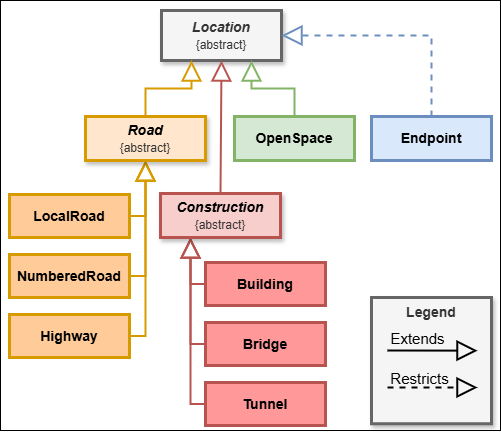
Earlier version of the draw.io export images/Inheritance-Example-Vert.drawio.png (oasis-tcs/openc2-jadn-im). Source tidied: cells renumbered, new cells last; positions are measured from the earlier drawing's top-left corner, leaving out a move shared by most shapes.
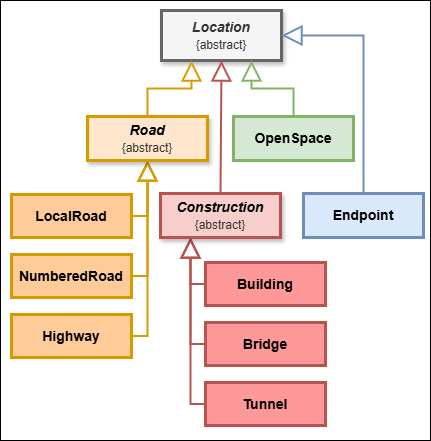
The same diagram one commit later.

Commit message:
refine inheritance diagram

What changed in the source:
```diff
@@ -3,12 +3,9 @@
     <mxCell id="0" />
     <mxCell id="1" value="Background" parent="0" />
     <mxCell id="2" style="rounded=0;whiteSpace=wrap;html=1;" parent="1" vertex="1">
-      <mxGeometry width="500" height="430" as="geometry" />
+      <mxGeometry width="430" height="440" as="geometry" />
     </mxCell>
     <mxCell id="3" value="Inheritance Tree" parent="0" />
-    <mxCell id="4" value="&lt;div&gt;&lt;span style=&quot;background-color: transparent; color: light-dark(rgb(51, 51, 51), rgb(193, 193, 193));&quot;&gt;Legend&lt;/span&gt;&lt;/div&gt;&lt;div&gt;&lt;br&gt;&lt;/div&gt;" style="rounded=0;whiteSpace=wrap;html=1;fontStyle=1;fontSize=14;fillColor=#f5f5f5;fontColor=#333333;strokeColor=#666666;strokeWidth=3;shadow=1;verticalAlign=top;" parent="3" vertex="1">
-      <mxGeometry x="371" y="297" width="120" height="126.2" as="geometry" />
-    </mxCell>
     <mxCell id="5" value="&lt;div&gt;&lt;span style=&quot;background-color: transparent; color: light-dark(rgb(51, 51, 51), rgb(193, 193, 193));&quot;&gt;&lt;i style=&quot;&quot;&gt;Location&lt;/i&gt;&lt;/span&gt;&lt;/div&gt;&lt;div&gt;&lt;span style=&quot;font-size: 12px; font-weight: 400;&quot;&gt;{abstract}&lt;/span&gt;&lt;span style=&quot;background-color: transparent; color: light-dark(rgb(51, 51, 51), rgb(193, 193, 193));&quot;&gt;&lt;/span&gt;&lt;/div&gt;" style="rounded=0;whiteSpace=wrap;html=1;fontStyle=1;fontSize=14;fillColor=#f5f5f5;fontColor=#333333;strokeColor=#666666;strokeWidth=3;shadow=1;" parent="3" vertex="1">
       <mxGeometry x="161" y="10" width="120" height="50" as="geometry" />
     </mxCell>
@@ -40,13 +37,13 @@
       <mxGeometry relative="1" as="geometry" />
     </mxCell>
     <mxCell id="15" value="LocalRoad" style="rounded=0;whiteSpace=wrap;html=1;fontStyle=1;fontSize=14;fillColor=#FFCC99;strokeColor=#d79b00;strokeWidth=3;" parent="3" vertex="1">
-      <mxGeometry x="9" y="194" width="120" height="43" as="geometry" />
+      <mxGeometry x="11" y="194" width="120" height="43" as="geometry" />
     </mxCell>
     <mxCell id="16" value="NumberedRoad" style="rounded=0;whiteSpace=wrap;html=1;fontStyle=1;fontSize=14;fillColor=#FFCC99;strokeColor=#d79b00;strokeWidth=3;" parent="3" vertex="1">
-      <mxGeometry x="9" y="254" width="120" height="43" as="geometry" />
+      <mxGeometry x="11" y="254" width="120" height="43" as="geometry" />
     </mxCell>
     <mxCell id="17" value="Highway" style="rounded=0;whiteSpace=wrap;html=1;fontStyle=1;fontSize=14;fillColor=#FFCC99;strokeColor=#d79b00;strokeWidth=3;" parent="3" vertex="1">
-      <mxGeometry x="9" y="314" width="120" height="43" as="geometry" />
+      <mxGeometry x="11" y="314" width="120" height="43" as="geometry" />
     </mxCell>
     <mxCell id="18" value="Building" style="rounded=0;whiteSpace=wrap;html=1;fontStyle=1;fontSize=14;fillColor=#FF9999;strokeColor=#b85450;strokeWidth=3;" parent="3" vertex="1">
       <mxGeometry x="205" y="262" width="120" height="43" as="geometry" />
@@ -58,40 +55,18 @@
       <mxGeometry x="205" y="322" width="120" height="43" as="geometry" />
     </mxCell>
     <mxCell id="21" value="OpenSpace" style="rounded=0;whiteSpace=wrap;html=1;fontStyle=1;fontSize=14;fillColor=#d5e8d4;strokeColor=#82b366;strokeWidth=3;" parent="3" vertex="1">
-      <mxGeometry x="234" y="116" width="120" height="44" as="geometry" />
+      <mxGeometry x="233" y="116" width="120" height="44" as="geometry" />
     </mxCell>
     <mxCell id="22" value="&lt;div&gt;&lt;i style=&quot;&quot;&gt;Road&lt;/i&gt;&lt;/div&gt;&lt;div&gt;&lt;span style=&quot;color: rgb(51, 51, 51); font-size: 12px; font-weight: 400;&quot;&gt;{abstract}&lt;/span&gt;&lt;/div&gt;" style="rounded=0;whiteSpace=wrap;html=1;fontStyle=1;fontSize=14;fillColor=#ffe6cc;strokeColor=#d79b00;strokeWidth=3;shadow=1;" parent="3" vertex="1">
-      <mxGeometry x="85" y="116" width="120" height="44" as="geometry" />
+      <mxGeometry x="87" y="116" width="120" height="44" as="geometry" />
     </mxCell>
     <mxCell id="23" value="&lt;div&gt;&lt;span style=&quot;background-color: transparent; color: light-dark(rgb(0, 0, 0), rgb(255, 255, 255));&quot;&gt;&lt;i style=&quot;&quot;&gt;Construction&lt;/i&gt;&lt;/span&gt;&lt;/div&gt;&lt;div&gt;&lt;span style=&quot;color: rgb(51, 51, 51); font-size: 12px; font-weight: 400;&quot;&gt;{abstract}&lt;/span&gt;&lt;span style=&quot;background-color: transparent; color: light-dark(rgb(0, 0, 0), rgb(255, 255, 255)); font-weight: normal;&quot;&gt;&lt;i&gt;&lt;/i&gt;&lt;/span&gt;&lt;/div&gt;" style="rounded=0;whiteSpace=wrap;html=1;fontStyle=1;fontSize=14;fillColor=#f8cecc;strokeColor=#b85450;strokeWidth=3;shadow=1;" parent="3" vertex="1">
       <mxGeometry x="160" y="193" width="120" height="44" as="geometry" />
     </mxCell>
-    <mxCell id="24" style="endArrow=block;endSize=16;endFill=0;html=1;rounded=0;strokeWidth=2;strokeColor=#000000;fontSize=15;" parent="3" edge="1">
-      <mxGeometry relative="1" as="geometry">
-        <mxPoint x="387" y="350" as="sourcePoint" />
-        <mxPoint x="477" y="350.2" as="targetPoint" />
-      </mxGeometry>
-    </mxCell>
-    <mxCell id="25" value="Extends" style="edgeLabel;html=1;align=center;verticalAlign=middle;labelBackgroundColor=none;fontSize=15;" parent="24" vertex="1">
-      <mxGeometry relative="1" as="geometry">
-        <mxPoint x="-15" y="-13" as="offset" />
-      </mxGeometry>
-    </mxCell>
-    <mxCell id="26" style="endArrow=block;endSize=16;endFill=0;html=1;rounded=0;strokeWidth=2;strokeColor=#000000;dashed=1;fontSize=15;" parent="3" edge="1">
-      <mxGeometry relative="1" as="geometry">
-        <mxPoint x="387" y="387" as="sourcePoint" />
-        <mxPoint x="477" y="387" as="targetPoint" />
-      </mxGeometry>
-    </mxCell>
-    <mxCell id="27" value="Restricts" style="edgeLabel;html=1;align=center;verticalAlign=middle;labelBackgroundColor=none;fontSize=15;" parent="26" vertex="1">
-      <mxGeometry relative="1" as="geometry">
-        <mxPoint x="-14" y="-10" as="offset" />
-      </mxGeometry>
-    </mxCell>
     <mxCell id="28" value="Endpoint" style="rounded=0;whiteSpace=wrap;html=1;fontStyle=1;fontSize=14;fillColor=#dae8fc;strokeColor=#6c8ebf;strokeWidth=3;" parent="3" vertex="1">
-      <mxGeometry x="371" y="116" width="120" height="44" as="geometry" />
+      <mxGeometry x="303" y="193" width="120" height="44" as="geometry" />
     </mxCell>
-    <mxCell id="29" style="endArrow=block;endSize=16;endFill=0;html=1;rounded=0;entryX=1;entryY=0.5;entryDx=0;entryDy=0;exitX=0.5;exitY=0;exitDx=0;exitDy=0;edgeStyle=orthogonalEdgeStyle;strokeWidth=2;strokeColor=#6C8EBF;dashed=1;" parent="3" edge="1" source="28" target="5">
+    <mxCell id="29" style="endArrow=block;endSize=16;endFill=0;html=1;rounded=0;entryX=1;entryY=0.5;entryDx=0;entryDy=0;exitX=0.5;exitY=0;exitDx=0;exitDy=0;edgeStyle=orthogonalEdgeStyle;strokeWidth=2;strokeColor=#6C8EBF;" parent="3" edge="1" source="28" target="5">
       <mxGeometry relative="1" as="geometry" />
     </mxCell>
   </root>
```
